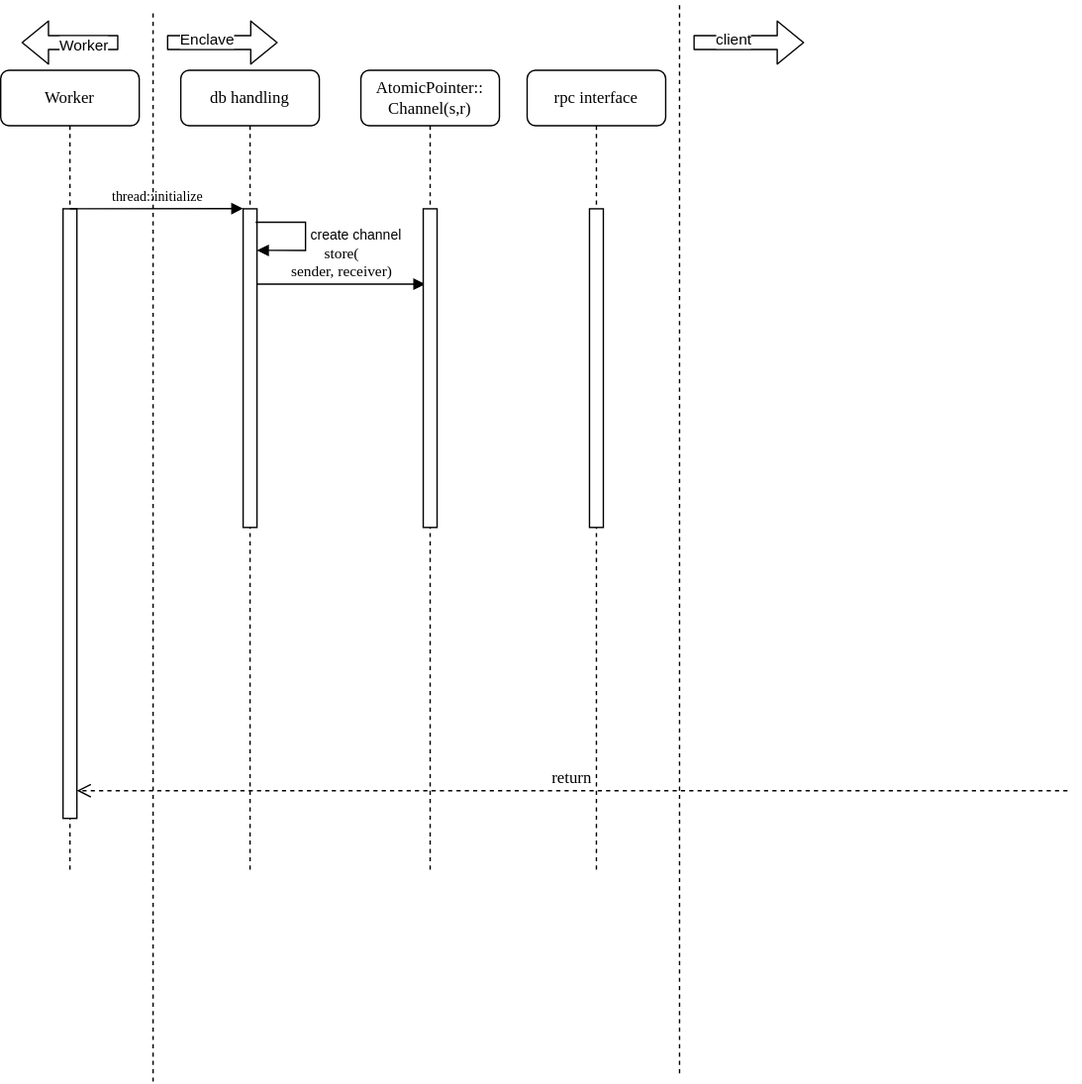
Before: database_thread.svg, a diagram exported from draw.io (haerdib/substraTEE_diagramms). Source tidied: cells renumbered, new cells last; positions are measured from the earlier drawing's top-left corner, leaving out a move shared by most shapes.
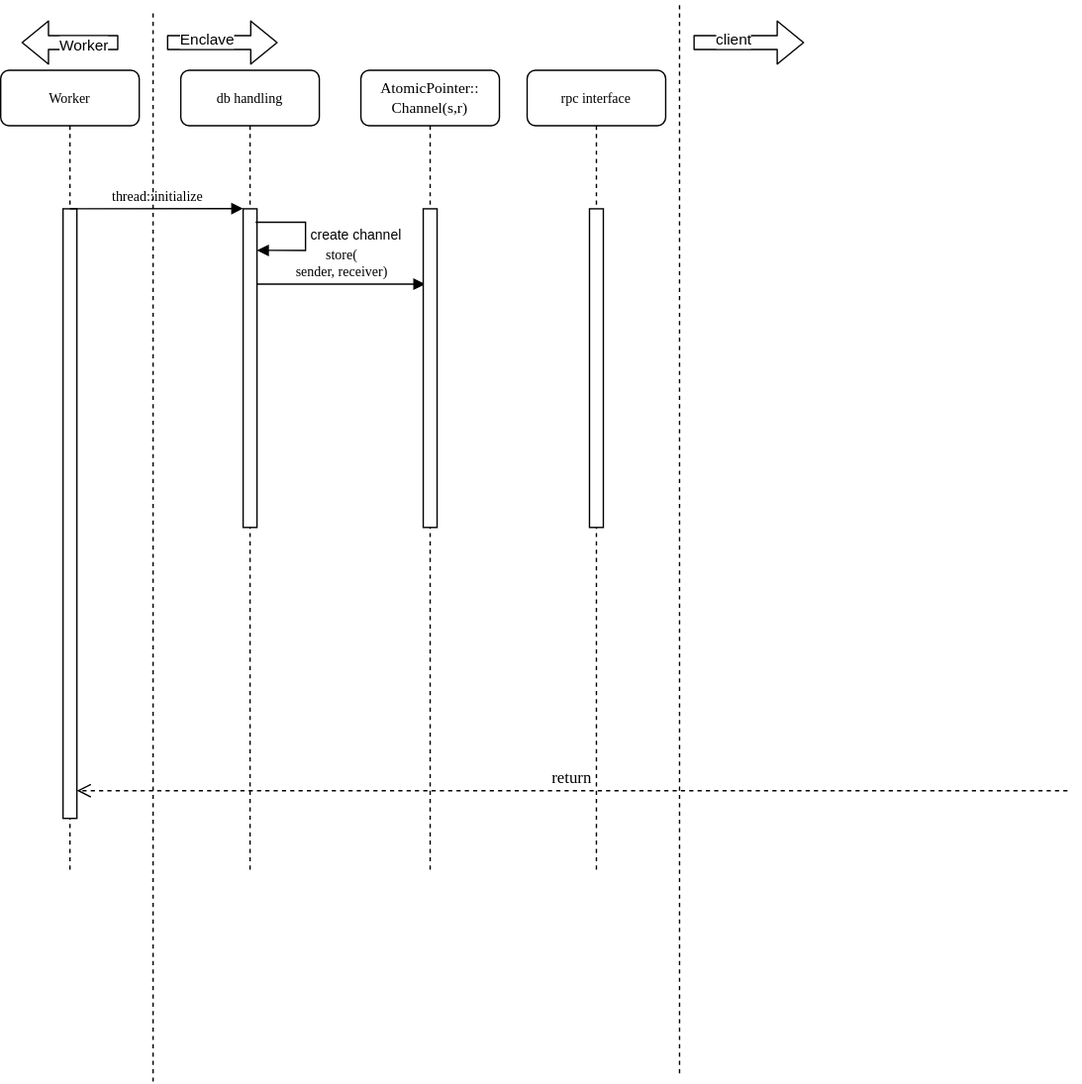
After the commit.

What changed in the source:
```diff
@@ -2,7 +2,7 @@
   <root>
     <mxCell id="0" />
     <mxCell id="1" parent="0" />
-    <mxCell id="2" value="&lt;div&gt;db handling&lt;/div&gt;" style="shape=umlLifeline;perimeter=lifelinePerimeter;whiteSpace=wrap;html=1;rounded=1;shadow=0;comic=0;labelBackgroundColor=none;strokeWidth=1;fontFamily=Verdana;fontSize=12;align=center;" parent="1" vertex="1">
+    <mxCell id="2" value="&lt;div style=&quot;font-size: 10px&quot;&gt;&lt;font style=&quot;font-size: 10px&quot;&gt;db handling&lt;/font&gt;&lt;/div&gt;" style="shape=umlLifeline;perimeter=lifelinePerimeter;whiteSpace=wrap;html=1;rounded=1;shadow=0;comic=0;labelBackgroundColor=none;strokeWidth=1;fontFamily=Verdana;fontSize=12;align=center;" parent="1" vertex="1">
       <mxGeometry x="130" y="50" width="100" height="580" as="geometry" />
     </mxCell>
     <mxCell id="3" style="html=1;points=[];perimeter=orthogonalPerimeter;rounded=0;shadow=0;comic=0;labelBackgroundColor=none;strokeWidth=1;fontFamily=Verdana;fontSize=12;align=center;" parent="2" vertex="1">
@@ -18,13 +18,13 @@
         </Array>
       </mxGeometry>
     </mxCell>
-    <mxCell id="5" value="Worker" style="shape=umlLifeline;perimeter=lifelinePerimeter;whiteSpace=wrap;html=1;rounded=1;shadow=0;comic=0;labelBackgroundColor=none;strokeWidth=1;fontFamily=Verdana;fontSize=12;align=center;" parent="1" vertex="1">
+    <mxCell id="5" value="&lt;font style=&quot;font-size: 10px&quot;&gt;Worker&lt;/font&gt;" style="shape=umlLifeline;perimeter=lifelinePerimeter;whiteSpace=wrap;html=1;rounded=1;shadow=0;comic=0;labelBackgroundColor=none;strokeWidth=1;fontFamily=Verdana;fontSize=12;align=center;" parent="1" vertex="1">
       <mxGeometry y="50" width="100" height="580" as="geometry" />
     </mxCell>
     <mxCell id="6" style="html=1;points=[];perimeter=orthogonalPerimeter;rounded=0;shadow=0;comic=0;labelBackgroundColor=none;strokeWidth=1;fontFamily=Verdana;fontSize=12;align=center;" parent="5" vertex="1">
       <mxGeometry x="45" y="100" width="10" height="440" as="geometry" />
     </mxCell>
-    <mxCell id="7" value="&lt;div style=&quot;font-size: 11px&quot;&gt;&lt;font style=&quot;font-size: 11px&quot;&gt;store(&lt;/font&gt;&lt;/div&gt;&lt;div style=&quot;font-size: 11px&quot;&gt;&lt;font style=&quot;font-size: 11px&quot;&gt;sender, receiver)&lt;/font&gt;&lt;/div&gt;" style="html=1;verticalAlign=bottom;endArrow=block;entryX=0.143;entryY=0.193;labelBackgroundColor=none;fontFamily=Verdana;fontSize=12;entryDx=0;entryDy=0;entryPerimeter=0;" parent="1" edge="1">
+    <mxCell id="7" value="&lt;div style=&quot;font-size: 10px&quot;&gt;&lt;font style=&quot;font-size: 10px&quot;&gt;store(&lt;/font&gt;&lt;/div&gt;&lt;div style=&quot;font-size: 10px&quot;&gt;&lt;font style=&quot;font-size: 10px&quot;&gt;sender, receiver)&lt;/font&gt;&lt;/div&gt;" style="html=1;verticalAlign=bottom;endArrow=block;entryX=0.143;entryY=0.193;labelBackgroundColor=none;fontFamily=Verdana;fontSize=12;entryDx=0;entryDy=0;entryPerimeter=0;" parent="1" edge="1">
       <mxGeometry relative="1" as="geometry">
         <mxPoint x="185" y="204.4" as="sourcePoint" />
         <mxPoint x="306.4" y="204.4" as="targetPoint" />
@@ -65,7 +65,7 @@
     <mxCell id="14" value="Worker" style="edgeLabel;html=1;align=center;verticalAlign=middle;" parent="13" vertex="1">
       <mxGeometry x="-0.28" y="2" relative="1" as="geometry" />
     </mxCell>
-    <mxCell id="15" value="rpc interface" style="shape=umlLifeline;perimeter=lifelinePerimeter;whiteSpace=wrap;html=1;rounded=1;shadow=0;comic=0;labelBackgroundColor=none;strokeWidth=1;fontFamily=Verdana;fontSize=12;align=center;" parent="1" vertex="1">
+    <mxCell id="15" value="&lt;font style=&quot;font-size: 10px&quot;&gt;rpc interface&lt;/font&gt;" style="shape=umlLifeline;perimeter=lifelinePerimeter;whiteSpace=wrap;html=1;rounded=1;shadow=0;comic=0;labelBackgroundColor=none;strokeWidth=1;fontFamily=Verdana;fontSize=12;align=center;" parent="1" vertex="1">
       <mxGeometry x="380" y="50" width="100" height="580" as="geometry" />
     </mxCell>
     <mxCell id="16" style="html=1;perimeter=orthogonalPerimeter;rounded=0;shadow=0;comic=0;labelBackgroundColor=none;strokeWidth=1;fontFamily=Verdana;fontSize=12;align=center;" parent="15" vertex="1">
@@ -86,7 +86,7 @@
     <mxCell id="19" value="client" style="edgeLabel;html=1;align=center;verticalAlign=middle;" parent="18" vertex="1">
       <mxGeometry x="-0.28" y="2" relative="1" as="geometry" />
     </mxCell>
-    <mxCell id="20" value="&lt;div&gt;AtomicPointer::&lt;/div&gt;&lt;div&gt;Channel(s,r)&lt;br&gt;&lt;/div&gt;" style="shape=umlLifeline;perimeter=lifelinePerimeter;whiteSpace=wrap;html=1;rounded=1;shadow=0;comic=0;labelBackgroundColor=none;strokeWidth=1;fontFamily=Verdana;fontSize=12;align=center;" parent="1" vertex="1">
+    <mxCell id="20" value="&lt;div style=&quot;font-size: 11px&quot;&gt;&lt;font style=&quot;font-size: 11px&quot;&gt;AtomicPointer::&lt;/font&gt;&lt;/div&gt;&lt;div style=&quot;font-size: 11px&quot;&gt;&lt;font style=&quot;font-size: 11px&quot;&gt;Channel(s,r)&lt;br&gt;&lt;/font&gt;&lt;/div&gt;" style="shape=umlLifeline;perimeter=lifelinePerimeter;whiteSpace=wrap;html=1;rounded=1;shadow=0;comic=0;labelBackgroundColor=none;strokeWidth=1;fontFamily=Verdana;fontSize=12;align=center;" parent="1" vertex="1">
       <mxGeometry x="260" y="50" width="100" height="580" as="geometry" />
     </mxCell>
     <mxCell id="21" style="html=1;perimeter=orthogonalPerimeter;rounded=0;shadow=0;comic=0;labelBackgroundColor=none;strokeWidth=1;fontFamily=Verdana;fontSize=12;align=center;" parent="20" vertex="1">
```
